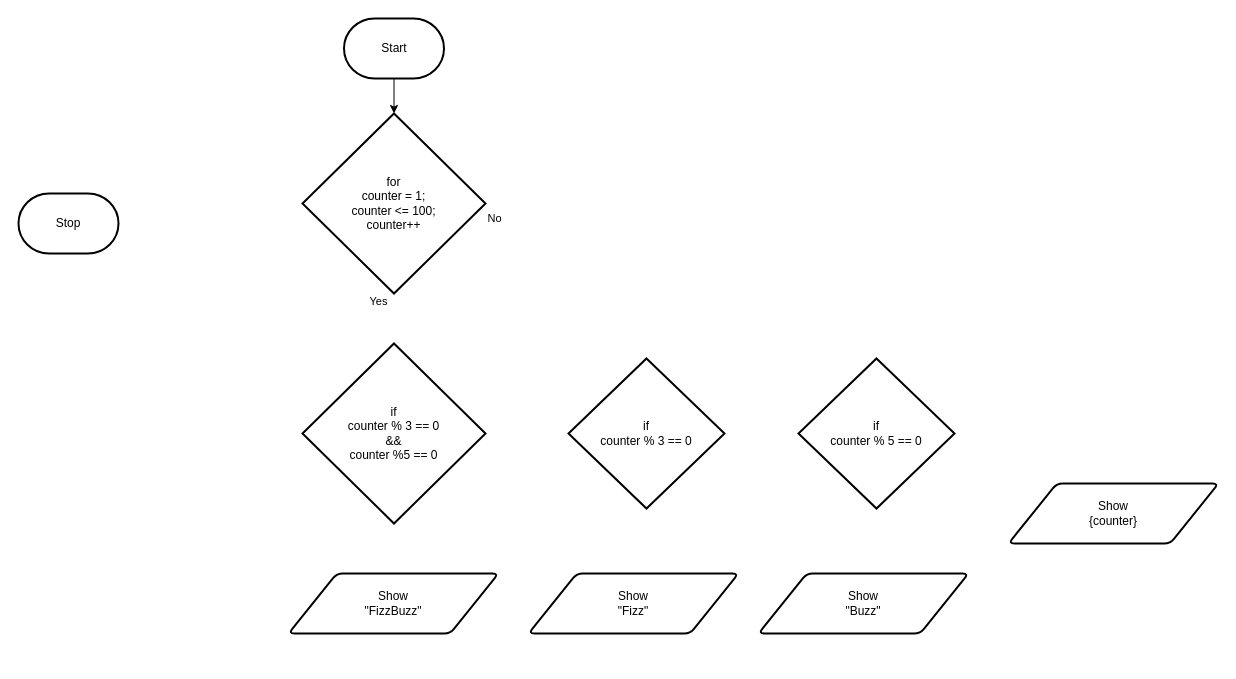
Earlier version of the draw.io diagram docs/structured-problem-solving/images/flowchart-loops-and-if-statements.drawio (Mr-Coxall/Computer-Based-Problem-Solving). Source tidied: cells renumbered, new cells numbered last; positions are measured from the earlier drawing's top-left corner, leaving out a move shared by most shapes. Both pictures are drawn from the tidied source at 100%, with x=0, y=0 at pixel (18, 18).
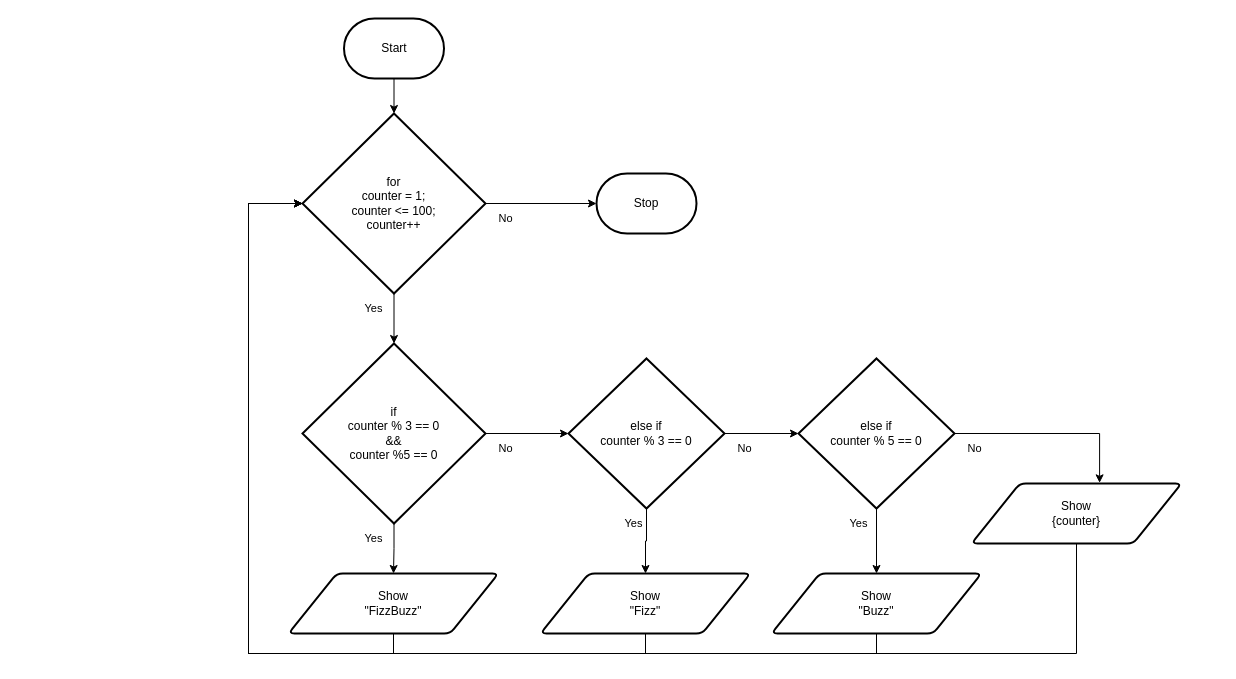
The same diagram, later.

The change refers to these unchanged cells:
```xml
<mxCell id="5" value="for&lt;br&gt;counter = 1;&lt;br&gt;counter &amp;lt;= 100;&lt;br&gt;counter++" style="strokeWidth=2;html=1;shape=mxgraph.flowchart.decision;whiteSpace=wrap;" parent="1" vertex="1">
  <mxGeometry x="284" y="95" width="183" height="180" as="geometry" />
</mxCell>
<mxCell id="6" value="Show&lt;br&gt;&quot;FizzBuzz&quot;" style="shape=parallelogram;html=1;strokeWidth=2;perimeter=parallelogramPerimeter;whiteSpace=wrap;rounded=1;arcSize=12;size=0.23;" parent="1" vertex="1">
  <mxGeometry x="270" y="555" width="210" height="60" as="geometry" />
</mxCell>
<mxCell id="9" value="if&lt;br&gt;counter % 3 == 0&lt;br&gt;&amp;amp;&amp;amp;&lt;br&gt;counter %5 == 0" style="strokeWidth=2;html=1;shape=mxgraph.flowchart.decision;whiteSpace=wrap;" parent="1" vertex="1">
  <mxGeometry x="284" y="325" width="183" height="180" as="geometry" />
</mxCell>
```

Diff of the diagram source:
```diff
@@
     <mxCell id="4" value="Stop" style="strokeWidth=2;html=1;shape=mxgraph.flowchart.terminator;whiteSpace=wrap;" parent="1" vertex="1">
-      <mxGeometry y="175" width="100" height="60" as="geometry" />
+      <mxGeometry x="578" y="155" width="100" height="60" as="geometry" />
     </mxCell>
+    <mxCell id="15" style="edgeStyle=none;html=1;entryX=0.5;entryY=0;entryDx=0;entryDy=0;entryPerimeter=0;" parent="1" edge="1" source="5" target="9">
+      <mxGeometry relative="1" as="geometry" />
+    </mxCell>
+    <mxCell id="16" style="edgeStyle=orthogonalEdgeStyle;shape=connector;rounded=0;html=1;entryX=0;entryY=0.5;entryDx=0;entryDy=0;entryPerimeter=0;labelBackgroundColor=default;strokeColor=default;fontFamily=Helvetica;fontSize=11;fontColor=default;endArrow=classic;" parent="1" edge="1" source="5" target="4">
+      <mxGeometry relative="1" as="geometry" />
+    </mxCell>
@@
+    <mxCell id="17" style="edgeStyle=orthogonalEdgeStyle;shape=connector;rounded=0;html=1;entryX=0;entryY=0.5;entryDx=0;entryDy=0;entryPerimeter=0;labelBackgroundColor=default;strokeColor=default;fontFamily=Helvetica;fontSize=11;fontColor=default;endArrow=classic;" parent="1" edge="1" source="6" target="5">
+      <mxGeometry relative="1" as="geometry">
+        <Array as="points">
+          <mxPoint x="375" y="635" />
+          <mxPoint x="230" y="635" />
+          <mxPoint x="230" y="185" />
+        </Array>
+      </mxGeometry>
+    </mxCell>
@@
     <mxCell id="7" value="Yes" style="text;html=1;align=center;verticalAlign=middle;strokeColor=none;fillColor=none;fontSize=11;fontFamily=Helvetica;fontColor=default;" parent="1" vertex="1">
-      <mxGeometry x="340" y="268" width="40" height="30" as="geometry" />
+      <mxGeometry x="335" y="275" width="40" height="30" as="geometry" />
     </mxCell>
     <mxCell id="8" value="No" style="text;html=1;align=center;verticalAlign=middle;strokeColor=none;fillColor=none;fontSize=11;fontFamily=Helvetica;fontColor=default;" parent="1" vertex="1">
-      <mxGeometry x="456" y="185" width="40" height="30" as="geometry" />
+      <mxGeometry x="467" y="185" width="40" height="30" as="geometry" />
     </mxCell>
+    <mxCell id="18" style="edgeStyle=none;html=1;entryX=0;entryY=0.5;entryDx=0;entryDy=0;entryPerimeter=0;" parent="1" edge="1" source="9" target="11">
+      <mxGeometry relative="1" as="geometry" />
+    </mxCell>
+    <mxCell id="19" style="edgeStyle=orthogonalEdgeStyle;shape=connector;rounded=0;html=1;labelBackgroundColor=default;strokeColor=default;fontFamily=Helvetica;fontSize=11;fontColor=default;endArrow=classic;" parent="1" edge="1" source="9" target="6">
+      <mxGeometry relative="1" as="geometry" />
+    </mxCell>
@@
+    <mxCell id="20" style="edgeStyle=orthogonalEdgeStyle;shape=connector;rounded=0;html=1;entryX=0;entryY=0.5;entryDx=0;entryDy=0;entryPerimeter=0;labelBackgroundColor=default;strokeColor=default;fontFamily=Helvetica;fontSize=11;fontColor=default;endArrow=classic;" parent="1" edge="1" source="10" target="5">
+      <mxGeometry relative="1" as="geometry">
+        <Array as="points">
+          <mxPoint x="627" y="635" />
+          <mxPoint x="230" y="635" />
+          <mxPoint x="230" y="185" />
+        </Array>
+      </mxGeometry>
+    </mxCell>
     <mxCell id="10" value="Show&lt;br&gt;&quot;Fizz&quot;" style="shape=parallelogram;html=1;strokeWidth=2;perimeter=parallelogramPerimeter;whiteSpace=wrap;rounded=1;arcSize=12;size=0.23;" parent="1" vertex="1">
-      <mxGeometry x="510" y="555" width="210" height="60" as="geometry" />
+      <mxGeometry x="522" y="555" width="210" height="60" as="geometry" />
     </mxCell>
+    <mxCell id="21" style="edgeStyle=none;html=1;entryX=0;entryY=0.5;entryDx=0;entryDy=0;entryPerimeter=0;" parent="1" edge="1" source="11" target="13">
+      <mxGeometry relative="1" as="geometry" />
+    </mxCell>
+    <mxCell id="22" style="edgeStyle=orthogonalEdgeStyle;shape=connector;rounded=0;html=1;labelBackgroundColor=default;strokeColor=default;fontFamily=Helvetica;fontSize=11;fontColor=default;endArrow=classic;" parent="1" edge="1" source="11" target="10">
+      <mxGeometry relative="1" as="geometry" />
+    </mxCell>
-    <mxCell id="11" value="if&lt;br&gt;counter % 3 == 0" style="strokeWidth=2;html=1;shape=mxgraph.flowchart.decision;whiteSpace=wrap;" parent="1" vertex="1">
+    <mxCell id="11" value="else if&lt;br&gt;counter % 3 == 0" style="strokeWidth=2;html=1;shape=mxgraph.flowchart.decision;whiteSpace=wrap;" parent="1" vertex="1">
       <mxGeometry x="550" y="340" width="156" height="150" as="geometry" />
     </mxCell>
+    <mxCell id="23" style="edgeStyle=orthogonalEdgeStyle;shape=connector;rounded=0;html=1;entryX=0;entryY=0.5;entryDx=0;entryDy=0;entryPerimeter=0;labelBackgroundColor=default;strokeColor=default;fontFamily=Helvetica;fontSize=11;fontColor=default;endArrow=classic;" parent="1" edge="1" source="12" target="5">
+      <mxGeometry relative="1" as="geometry">
+        <Array as="points">
+          <mxPoint x="858" y="635" />
+          <mxPoint x="230" y="635" />
+          <mxPoint x="230" y="185" />
+        </Array>
+      </mxGeometry>
+    </mxCell>
     <mxCell id="12" value="Show&lt;br&gt;&quot;Buzz&quot;" style="shape=parallelogram;html=1;strokeWidth=2;perimeter=parallelogramPerimeter;whiteSpace=wrap;rounded=1;arcSize=12;size=0.23;" parent="1" vertex="1">
-      <mxGeometry x="740" y="555" width="210" height="60" as="geometry" />
+      <mxGeometry x="753" y="555" width="210" height="60" as="geometry" />
     </mxCell>
+    <mxCell id="24" style="edgeStyle=orthogonalEdgeStyle;html=1;entryX=0.61;entryY=-0.011;entryDx=0;entryDy=0;entryPerimeter=0;rounded=0;" parent="1" edge="1" source="13" target="14">
+      <mxGeometry relative="1" as="geometry" />
+    </mxCell>
+    <mxCell id="25" style="edgeStyle=orthogonalEdgeStyle;shape=connector;rounded=0;html=1;labelBackgroundColor=default;strokeColor=default;fontFamily=Helvetica;fontSize=11;fontColor=default;endArrow=classic;" parent="1" edge="1" source="13" target="12">
+      <mxGeometry relative="1" as="geometry" />
+    </mxCell>
-    <mxCell id="13" value="if&lt;br&gt;counter % 5 == 0" style="strokeWidth=2;html=1;shape=mxgraph.flowchart.decision;whiteSpace=wrap;" parent="1" vertex="1">
+    <mxCell id="13" value="else if&lt;br&gt;counter % 5 == 0" style="strokeWidth=2;html=1;shape=mxgraph.flowchart.decision;whiteSpace=wrap;" parent="1" vertex="1">
       <mxGeometry x="780" y="340" width="156" height="150" as="geometry" />
     </mxCell>
+    <mxCell id="26" style="edgeStyle=orthogonalEdgeStyle;shape=connector;rounded=0;html=1;entryX=0;entryY=0.5;entryDx=0;entryDy=0;entryPerimeter=0;labelBackgroundColor=default;strokeColor=default;fontFamily=Helvetica;fontSize=11;fontColor=default;endArrow=classic;" parent="1" edge="1" source="14" target="5">
+      <mxGeometry relative="1" as="geometry">
+        <Array as="points">
+          <mxPoint x="1058" y="635" />
+          <mxPoint x="230" y="635" />
+          <mxPoint x="230" y="185" />
+        </Array>
+      </mxGeometry>
+    </mxCell>
     <mxCell id="14" value="Show&lt;br&gt;{counter}" style="shape=parallelogram;html=1;strokeWidth=2;perimeter=parallelogramPerimeter;whiteSpace=wrap;rounded=1;arcSize=12;size=0.23;" parent="1" vertex="1">
-      <mxGeometry x="990" y="465" width="210" height="60" as="geometry" />
+      <mxGeometry x="953" y="465" width="210" height="60" as="geometry" />
     </mxCell>
+    <mxCell id="27" value="Yes" style="text;html=1;align=center;verticalAlign=middle;strokeColor=none;fillColor=none;fontSize=11;fontFamily=Helvetica;fontColor=default;" parent="1" vertex="1">
+      <mxGeometry x="335" y="505" width="40" height="30" as="geometry" />
+    </mxCell>
+    <mxCell id="28" value="Yes" style="text;html=1;align=center;verticalAlign=middle;strokeColor=none;fillColor=none;fontSize=11;fontFamily=Helvetica;fontColor=default;" parent="1" vertex="1">
+      <mxGeometry x="595" y="490" width="40" height="30" as="geometry" />
+    </mxCell>
+    <mxCell id="29" value="Yes" style="text;html=1;align=center;verticalAlign=middle;strokeColor=none;fillColor=none;fontSize=11;fontFamily=Helvetica;fontColor=default;" parent="1" vertex="1">
+      <mxGeometry x="820" y="490" width="40" height="30" as="geometry" />
+    </mxCell>
+    <mxCell id="30" value="No" style="text;html=1;align=center;verticalAlign=middle;strokeColor=none;fillColor=none;fontSize=11;fontFamily=Helvetica;fontColor=default;" parent="1" vertex="1">
+      <mxGeometry x="936" y="415" width="40" height="30" as="geometry" />
+    </mxCell>
+    <mxCell id="31" value="No" style="text;html=1;align=center;verticalAlign=middle;strokeColor=none;fillColor=none;fontSize=11;fontFamily=Helvetica;fontColor=default;" parent="1" vertex="1">
+      <mxGeometry x="706" y="415" width="40" height="30" as="geometry" />
+    </mxCell>
+    <mxCell id="32" value="No" style="text;html=1;align=center;verticalAlign=middle;strokeColor=none;fillColor=none;fontSize=11;fontFamily=Helvetica;fontColor=default;" parent="1" vertex="1">
+      <mxGeometry x="467" y="415" width="40" height="30" as="geometry" />
+    </mxCell>
```
